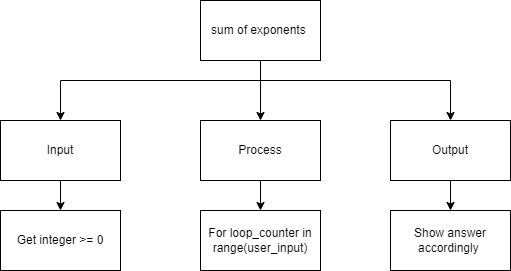
Before: top-down.png, a diagram exported from draw.io (Huzaifa-Khalid-2/ICS3U-Assignment5-Python). Source tidied: cells renumbered, new cells last; positions are measured from the earlier drawing's top-left corner, leaving out a move shared by most shapes.
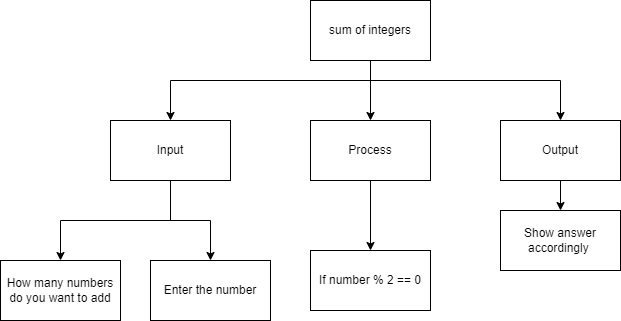
After the change.

Change to the diagram source:
```diff
@@ -21,7 +21,7 @@
         </Array>
       </mxGeometry>
     </mxCell>
-    <mxCell id="5" value="sum of exponents&amp;nbsp;" style="rounded=0;whiteSpace=wrap;html=1;" parent="1" vertex="1">
+    <mxCell id="5" value="sum of integers" style="rounded=0;whiteSpace=wrap;html=1;" parent="1" vertex="1">
       <mxGeometry x="200" width="120" height="60" as="geometry" />
     </mxCell>
     <mxCell id="6" style="edgeStyle=orthogonalEdgeStyle;rounded=0;html=1;" parent="1" edge="1" source="7" target="13">
@@ -30,14 +30,17 @@
     <mxCell id="7" value="Process" style="rounded=0;whiteSpace=wrap;html=1;" parent="1" vertex="1">
       <mxGeometry x="200" y="120" width="120" height="60" as="geometry" />
     </mxCell>
-    <mxCell id="8" style="edgeStyle=orthogonalEdgeStyle;rounded=0;html=1;" parent="1" edge="1" source="9" target="12">
+    <mxCell id="8" style="edgeStyle=orthogonalEdgeStyle;rounded=0;html=1;entryX=0.5;entryY=0;entryDx=0;entryDy=0;" parent="1" edge="1" source="9" target="12">
       <mxGeometry relative="1" as="geometry">
         <Array as="points">
-          <mxPoint x="60" y="230" />
-          <mxPoint x="60" y="230" />
+          <mxPoint x="60" y="220" />
+          <mxPoint x="-50" y="220" />
         </Array>
       </mxGeometry>
     </mxCell>
+    <mxCell id="15" style="edgeStyle=elbowEdgeStyle;html=1;elbow=vertical;rounded=0;entryX=0.5;entryY=0;entryDx=0;entryDy=0;" parent="1" edge="1" source="9" target="16">
+      <mxGeometry relative="1" as="geometry" />
+    </mxCell>
     <mxCell id="9" value="Input" style="rounded=0;whiteSpace=wrap;html=1;" parent="1" vertex="1">
       <mxGeometry y="120" width="120" height="60" as="geometry" />
     </mxCell>
@@ -47,14 +50,17 @@
     <mxCell id="11" value="Output" style="rounded=0;whiteSpace=wrap;html=1;" parent="1" vertex="1">
       <mxGeometry x="390" y="120" width="120" height="60" as="geometry" />
     </mxCell>
-    <mxCell id="12" value="Get integer &amp;gt;= 0" style="rounded=0;whiteSpace=wrap;html=1;" parent="1" vertex="1">
-      <mxGeometry y="210" width="120" height="60" as="geometry" />
+    <mxCell id="12" value="How many numbers do you want to add" style="rounded=0;whiteSpace=wrap;html=1;" parent="1" vertex="1">
+      <mxGeometry x="-110" y="260" width="120" height="60" as="geometry" />
     </mxCell>
-    <mxCell id="13" value="For loop_counter in range(user_input)" style="rounded=0;whiteSpace=wrap;html=1;" parent="1" vertex="1">
-      <mxGeometry x="200" y="210" width="120" height="60" as="geometry" />
+    <mxCell id="13" value="If number % 2 == 0" style="rounded=0;whiteSpace=wrap;html=1;" parent="1" vertex="1">
+      <mxGeometry x="200" y="250" width="120" height="60" as="geometry" />
     </mxCell>
     <mxCell id="14" value="Show answer accordingly&amp;nbsp;" style="rounded=0;whiteSpace=wrap;html=1;" parent="1" vertex="1">
       <mxGeometry x="390" y="210" width="120" height="60" as="geometry" />
     </mxCell>
+    <mxCell id="16" value="Enter the number" style="rounded=0;whiteSpace=wrap;html=1;" parent="1" vertex="1">
+      <mxGeometry x="40" y="260" width="120" height="60" as="geometry" />
+    </mxCell>
   </root>
 </mxGraphModel>
```
